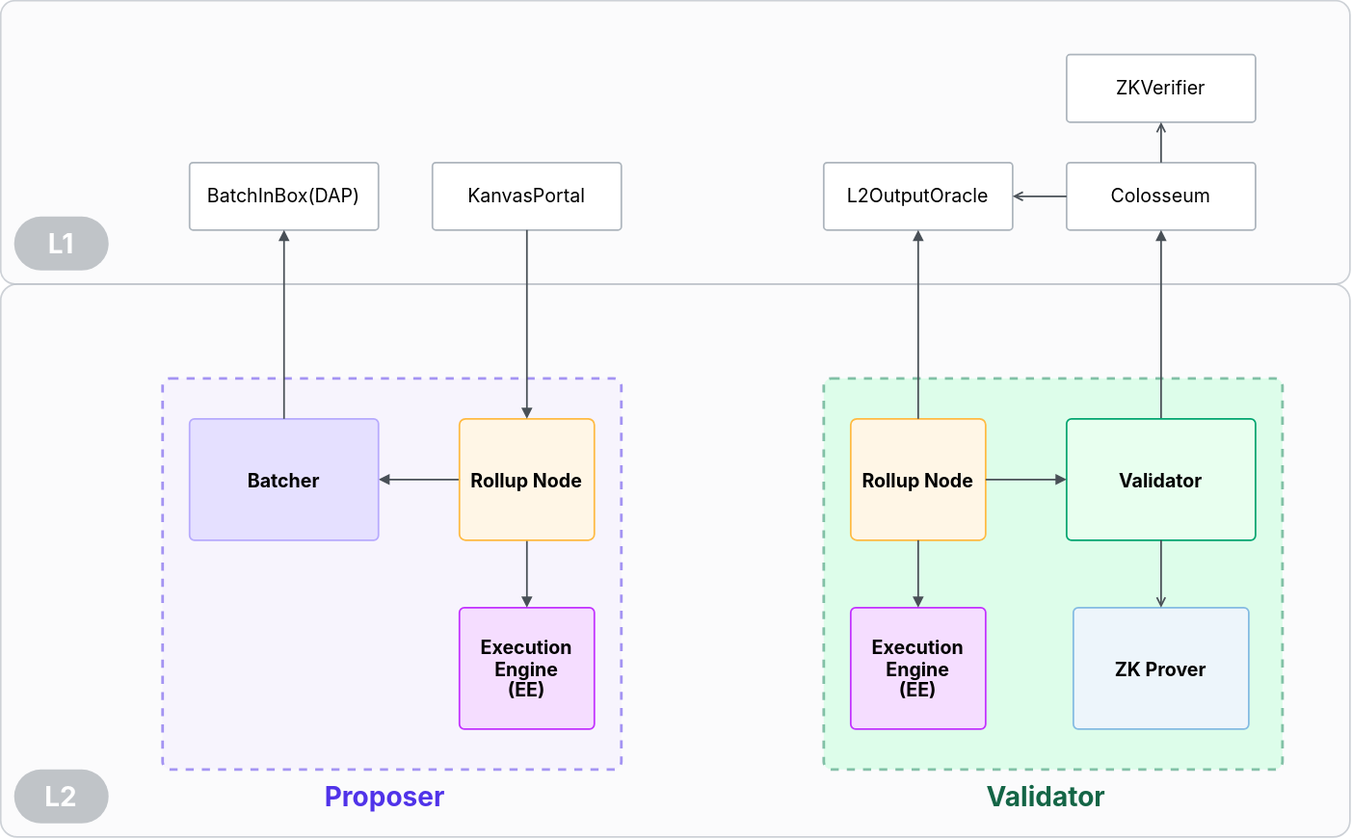
The draw.io diagram specs/assets/components.svg in kroma-network/kroma, before a commit. Source tidied: cells renumbered, new cells last; positions are measured from the earlier drawing's top-left corner, leaving out a move shared by most shapes.
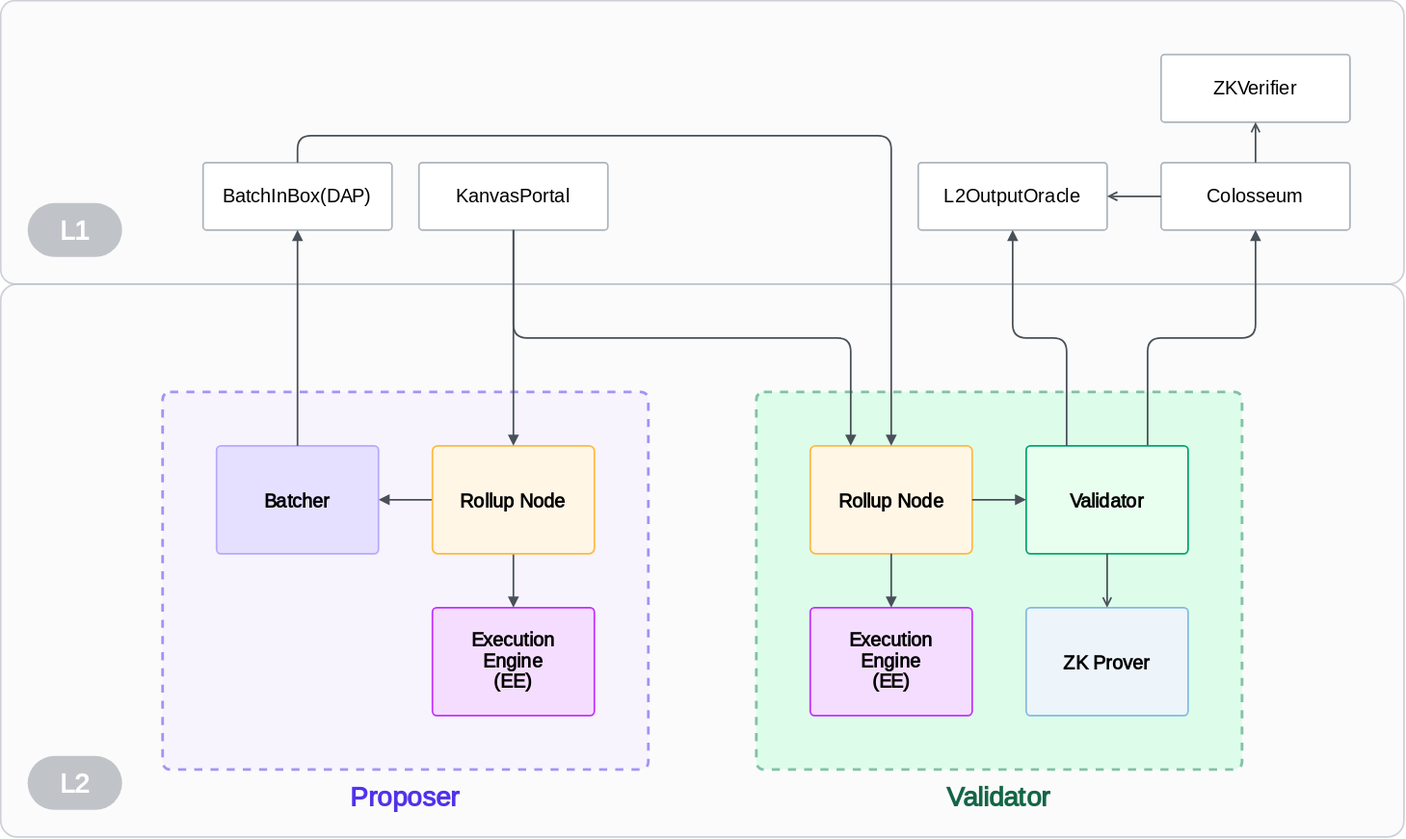
Later version of the same file.

The edit, as a diff of the source:
```diff
@@ -3,52 +3,52 @@
     <mxCell id="0" />
     <mxCell id="1" parent="0" />
     <mxCell id="2" style="rounded=1;whiteSpace=wrap;html=1;hachureGap=4;fontFamily=Inter;fontSource=https%3A%2F%2Ffonts.googleapis.com%2Fcss%3Ffamily%3DInter;fontSize=20;fillColor=#F8F9FA;strokeColor=#ADB5BD;arcSize=3;shadow=0;glass=0;opacity=60;strokeWidth=1.25;" parent="1" vertex="1">
-      <mxGeometry y="210" width="1000" height="410" as="geometry" />
+      <mxGeometry x="-50" y="210" width="1040" height="410" as="geometry" />
     </mxCell>
     <mxCell id="3" style="rounded=1;whiteSpace=wrap;html=1;hachureGap=4;fontFamily=Inter;fontSource=https%3A%2F%2Ffonts.googleapis.com%2Fcss%3Ffamily%3DInter;fontSize=20;fillColor=#BFFFDA;strokeColor=#1A865D;arcSize=2;shadow=0;glass=0;opacity=50;dashed=1;strokeWidth=2;" parent="1" vertex="1">
-      <mxGeometry x="610" y="280" width="340" height="290" as="geometry" />
+      <mxGeometry x="510" y="290" width="360" height="280" as="geometry" />
     </mxCell>
     <mxCell id="4" style="rounded=1;whiteSpace=wrap;html=1;hachureGap=4;fontFamily=Inter;fontSource=https%3A%2F%2Ffonts.googleapis.com%2Fcss%3Ffamily%3DInter;fontSize=20;fillColor=#F8F9FA;strokeColor=#ADB5BD;arcSize=5;shadow=0;glass=0;opacity=60;strokeWidth=1.25;" parent="1" vertex="1">
-      <mxGeometry width="1000" height="210" as="geometry" />
+      <mxGeometry x="-50" width="1040" height="210" as="geometry" />
     </mxCell>
     <mxCell id="5" value="&lt;font style=&quot;font-size: 14px;&quot;&gt;ZKVerifier&lt;br style=&quot;font-size: 14px;&quot;&gt;&lt;/font&gt;" style="rounded=1;whiteSpace=wrap;html=1;fontSize=14;fontFamily=Inter;fillColor=#FFFFFF;strokeColor=#ADB5BD;hachureGap=4;fontSource=https%3A%2F%2Ffonts.googleapis.com%2Fcss%3Ffamily%3DInter;arcSize=5;shadow=0;glass=0;spacing=0;strokeWidth=1.25;spacingTop=0;" parent="1" vertex="1">
-      <mxGeometry x="790" y="40" width="140" height="50" as="geometry" />
+      <mxGeometry x="810" y="40" width="140" height="50" as="geometry" />
     </mxCell>
     <mxCell id="6" value="&lt;font style=&quot;font-size: 14px;&quot;&gt;Colosseum&lt;br style=&quot;font-size: 14px;&quot;&gt;&lt;/font&gt;" style="rounded=1;whiteSpace=wrap;html=1;fontSize=14;fontFamily=Inter;fillColor=#FFFFFF;strokeColor=#ADB5BD;hachureGap=4;fontSource=https%3A%2F%2Ffonts.googleapis.com%2Fcss%3Ffamily%3DInter;arcSize=5;shadow=0;glass=0;spacing=0;strokeWidth=1.25;spacingTop=0;" parent="1" vertex="1">
-      <mxGeometry x="790" y="120" width="140" height="50" as="geometry" />
+      <mxGeometry x="810" y="120" width="140" height="50" as="geometry" />
     </mxCell>
     <mxCell id="7" style="edgeStyle=none;rounded=0;hachureGap=4;jettySize=auto;html=1;fontFamily=Inter;fontSource=https%3A%2F%2Ffonts.googleapis.com%2Fcss%3Ffamily%3DInter;fontSize=16;endArrow=open;sourcePerimeterSpacing=10;targetPerimeterSpacing=10;strokeWidth=1.25;endFill=0;strokeColor=#495057;jumpSize=0;endSize=5;jumpStyle=arc;startSize=5;startArrow=none;startFill=0;exitX=0.5;exitY=0;exitDx=0;exitDy=0;entryX=0.5;entryY=1;entryDx=0;entryDy=0;" parent="1" edge="1" source="6" target="5">
       <mxGeometry relative="1" as="geometry" />
     </mxCell>
     <mxCell id="8" value="&lt;font style=&quot;font-size: 14px;&quot;&gt;L2OutputOracle&lt;br style=&quot;font-size: 14px;&quot;&gt;&lt;/font&gt;" style="rounded=1;whiteSpace=wrap;html=1;fontSize=14;fontFamily=Inter;fillColor=#FFFFFF;strokeColor=#ADB5BD;hachureGap=4;fontSource=https%3A%2F%2Ffonts.googleapis.com%2Fcss%3Ffamily%3DInter;arcSize=5;shadow=0;glass=0;spacing=0;strokeWidth=1.25;spacingTop=0;" parent="1" vertex="1">
-      <mxGeometry x="610" y="120" width="140" height="50" as="geometry" />
+      <mxGeometry x="630" y="120" width="140" height="50" as="geometry" />
     </mxCell>
     <mxCell id="9" value="&lt;font style=&quot;font-size: 14px;&quot;&gt;KanvasPortal&lt;br style=&quot;font-size: 14px;&quot;&gt;&lt;/font&gt;" style="rounded=1;whiteSpace=wrap;html=1;fontSize=14;fontFamily=Inter;fillColor=#FFFFFF;strokeColor=#ADB5BD;hachureGap=4;fontSource=https%3A%2F%2Ffonts.googleapis.com%2Fcss%3Ffamily%3DInter;arcSize=5;shadow=0;glass=0;spacing=0;strokeWidth=1.25;spacingTop=0;" parent="1" vertex="1">
-      <mxGeometry x="320" y="120" width="140" height="50" as="geometry" />
+      <mxGeometry x="260" y="120" width="140" height="50" as="geometry" />
     </mxCell>
     <mxCell id="10" value="&lt;font style=&quot;font-size: 14px;&quot;&gt;BatchInBox(DAP)&lt;br style=&quot;font-size: 14px;&quot;&gt;&lt;/font&gt;" style="rounded=1;whiteSpace=wrap;html=1;fontSize=14;fontFamily=Inter;fillColor=#FFFFFF;strokeColor=#ADB5BD;hachureGap=4;fontSource=https%3A%2F%2Ffonts.googleapis.com%2Fcss%3Ffamily%3DInter;arcSize=5;shadow=0;glass=0;spacing=0;strokeWidth=1.25;spacingTop=0;" parent="1" vertex="1">
-      <mxGeometry x="140" y="120" width="140" height="50" as="geometry" />
+      <mxGeometry x="100" y="120" width="140" height="50" as="geometry" />
     </mxCell>
-    <mxCell id="11" style="edgeStyle=orthogonalEdgeStyle;rounded=1;jettySize=auto;html=1;entryX=0.5;entryY=1;entryDx=0;entryDy=0;endArrow=block;fontSize=16;fontFamily=Inter;strokeColor=#495057;hachureGap=4;fontSource=https%3A%2F%2Ffonts.googleapis.com%2Fcss%3Ffamily%3DInter;sourcePerimeterSpacing=0;targetPerimeterSpacing=0;strokeWidth=1.25;endFill=1;endSize=5;startSize=5;startArrow=none;startFill=0;exitX=0.5;exitY=0;exitDx=0;exitDy=0;" parent="1" edge="1" source="16" target="6">
+    <mxCell id="11" style="edgeStyle=orthogonalEdgeStyle;rounded=1;jettySize=auto;html=1;entryX=0.5;entryY=1;entryDx=0;entryDy=0;endArrow=block;fontSize=16;fontFamily=Inter;strokeColor=#495057;hachureGap=4;fontSource=https%3A%2F%2Ffonts.googleapis.com%2Fcss%3Ffamily%3DInter;sourcePerimeterSpacing=0;targetPerimeterSpacing=0;strokeWidth=1.25;endFill=1;endSize=5;startSize=5;startArrow=none;startFill=0;exitX=0.75;exitY=0;exitDx=0;exitDy=0;" parent="1" edge="1" source="16" target="6">
       <mxGeometry relative="1" as="geometry" />
     </mxCell>
     <mxCell id="12" value="&lt;p style=&quot;line-height: 100%; font-size: 20px;&quot;&gt;L2&lt;br style=&quot;font-size: 20px;&quot;&gt;&lt;/p&gt;" style="rounded=1;whiteSpace=wrap;html=1;fontSize=14;fontFamily=Inter;fillColor=#868E96;strokeColor=none;hachureGap=4;fontSource=https%3A%2F%2Ffonts.googleapis.com%2Fcss%3Ffamily%3DInter;arcSize=50;shadow=0;glass=0;spacing=0;strokeWidth=1.25;spacingTop=0;fontStyle=1;fontColor=#FFFFFF;opacity=50;" parent="1" vertex="1">
-      <mxGeometry x="10" y="570" width="70" height="40" as="geometry" />
+      <mxGeometry x="-30" y="560" width="70" height="40" as="geometry" />
     </mxCell>
     <mxCell id="13" value="&lt;p style=&quot;line-height: 100%; font-size: 20px;&quot;&gt;L1&lt;br style=&quot;font-size: 20px;&quot;&gt;&lt;/p&gt;" style="rounded=1;whiteSpace=wrap;html=1;fontSize=14;fontFamily=Inter;fillColor=#868E96;strokeColor=none;hachureGap=4;fontSource=https%3A%2F%2Ffonts.googleapis.com%2Fcss%3Ffamily%3DInter;arcSize=50;shadow=0;glass=0;spacing=0;strokeWidth=1.25;spacingTop=0;fontStyle=1;fontColor=#FFFFFF;opacity=50;" parent="1" vertex="1">
-      <mxGeometry x="10" y="160" width="70" height="40" as="geometry" />
+      <mxGeometry x="-30" y="150" width="70" height="40" as="geometry" />
     </mxCell>
     <mxCell id="14" style="edgeStyle=none;rounded=0;hachureGap=4;jettySize=auto;html=1;fontFamily=Inter;fontSource=https%3A%2F%2Ffonts.googleapis.com%2Fcss%3Ffamily%3DInter;fontSize=16;endArrow=open;sourcePerimeterSpacing=10;targetPerimeterSpacing=10;strokeWidth=1.25;endFill=0;strokeColor=#495057;jumpSize=0;endSize=5;jumpStyle=arc;startSize=5;startArrow=none;startFill=0;exitX=0;exitY=0.5;exitDx=0;exitDy=0;entryX=1;entryY=0.5;entryDx=0;entryDy=0;" parent="1" edge="1" source="6" target="8">
       <mxGeometry relative="1" as="geometry" />
     </mxCell>
     <mxCell id="15" style="rounded=1;whiteSpace=wrap;html=1;hachureGap=4;fontFamily=Inter;fontSource=https%3A%2F%2Ffonts.googleapis.com%2Fcss%3Ffamily%3DInter;fontSize=20;fillColor=#F3EEFF;strokeColor=#5033E9;arcSize=2;shadow=0;glass=0;opacity=50;dashed=1;strokeWidth=2;" parent="1" vertex="1">
-      <mxGeometry x="120" y="280" width="340" height="290" as="geometry" />
+      <mxGeometry x="70" y="290" width="360" height="280" as="geometry" />
     </mxCell>
     <mxCell id="16" value="&lt;p style=&quot;line-height: 100%; font-size: 14px;&quot;&gt;&lt;b style=&quot;border-color: var(--border-color); font-size: 14px;&quot;&gt;&lt;font style=&quot;border-color: var(--border-color); font-size: 14px;&quot;&gt;Validator&lt;/font&gt;&lt;/b&gt;&lt;br style=&quot;font-size: 14px;&quot;&gt;&lt;/p&gt;" style="rounded=1;whiteSpace=wrap;html=1;fontSize=14;fontFamily=Inter;fillColor=#E8FFEF;strokeColor=#00A570;hachureGap=4;fontSource=https%3A%2F%2Ffonts.googleapis.com%2Fcss%3Ffamily%3DInter;arcSize=4;shadow=0;glass=0;spacing=0;strokeWidth=1.25;spacingTop=0;spacingLeft=10;spacingRight=10;fontStyle=1;" parent="1" vertex="1">
-      <mxGeometry x="790" y="310" width="140" height="90" as="geometry" />
+      <mxGeometry x="710" y="330" width="120" height="80" as="geometry" />
     </mxCell>
     <mxCell id="17" value="&lt;p style=&quot;line-height: 110%; font-size: 14px;&quot;&gt;Execution Engine&lt;br&gt;(EE)&lt;/p&gt;" style="rounded=1;whiteSpace=wrap;html=1;fontSize=14;fontFamily=Inter;fillColor=#F5DDFF;strokeColor=#C231FF;hachureGap=4;fontSource=https%3A%2F%2Ffonts.googleapis.com%2Fcss%3Ffamily%3DInter;arcSize=4;shadow=0;glass=0;spacing=0;strokeWidth=1.25;spacingTop=0;spacingLeft=10;spacingRight=10;fontStyle=1;" parent="1" vertex="1">
-      <mxGeometry x="340" y="450" width="100" height="90" as="geometry" />
+      <mxGeometry x="270" y="450" width="120" height="80" as="geometry" />
     </mxCell>
     <mxCell id="18" style="edgeStyle=orthogonalEdgeStyle;rounded=1;jettySize=auto;html=1;endArrow=block;fontSize=16;fontFamily=Inter;strokeColor=#495057;hachureGap=4;fontSource=https%3A%2F%2Ffonts.googleapis.com%2Fcss%3Ffamily%3DInter;sourcePerimeterSpacing=0;targetPerimeterSpacing=0;strokeWidth=1.25;endFill=1;endSize=5;startSize=5;startArrow=none;startFill=0;" parent="1" edge="1" source="20" target="21">
       <mxGeometry relative="1" as="geometry" />
@@ -57,22 +57,22 @@
       <mxGeometry relative="1" as="geometry" />
     </mxCell>
     <mxCell id="20" value="&lt;p style=&quot;line-height: 100%; font-size: 14px;&quot;&gt;Rollup&amp;nbsp;Node&lt;br style=&quot;font-size: 14px;&quot;&gt;&lt;/p&gt;" style="rounded=1;whiteSpace=wrap;html=1;fontSize=12;fontFamily=Inter;fillColor=#FFF6E6;strokeColor=#FFBA42;hachureGap=4;fontSource=https%3A%2F%2Ffonts.googleapis.com%2Fcss%3Ffamily%3DInter;arcSize=5;shadow=0;glass=0;spacing=0;strokeWidth=1.25;spacingTop=0;spacingLeft=10;spacingRight=10;fontStyle=1;" parent="1" vertex="1">
-      <mxGeometry x="340" y="310" width="100" height="90" as="geometry" />
+      <mxGeometry x="270" y="330" width="120" height="80" as="geometry" />
     </mxCell>
     <mxCell id="21" value="&lt;p style=&quot;line-height: 100%; font-size: 14px;&quot;&gt;Batcher&lt;br style=&quot;font-size: 14px;&quot;&gt;&lt;/p&gt;" style="rounded=1;whiteSpace=wrap;html=1;fontSize=14;fontFamily=Inter;fillColor=#E5E0FF;strokeColor=#B7AAFD;hachureGap=4;fontSource=https%3A%2F%2Ffonts.googleapis.com%2Fcss%3Ffamily%3DInter;arcSize=4;shadow=0;glass=0;spacing=0;strokeWidth=1.25;spacingTop=0;spacingLeft=10;spacingRight=10;fontStyle=1;" parent="1" vertex="1">
-      <mxGeometry x="140" y="310" width="140" height="90" as="geometry" />
+      <mxGeometry x="110" y="330" width="120" height="80" as="geometry" />
     </mxCell>
     <mxCell id="22" value="Proposer" style="text;whiteSpace=wrap;fontSize=20;fontFamily=Inter;fontColor=#5033E9;align=center;fontStyle=1;html=1;spacing=2;verticalAlign=middle;" parent="1" vertex="1">
-      <mxGeometry x="230" y="570" width="110" height="40" as="geometry" />
+      <mxGeometry x="195" y="570" width="110" height="40" as="geometry" />
     </mxCell>
     <mxCell id="23" value="Validator" style="text;whiteSpace=wrap;fontSize=20;fontFamily=Inter;fontColor=#146546;align=center;fontStyle=1;html=1;spacing=2;verticalAlign=middle;" parent="1" vertex="1">
-      <mxGeometry x="720" y="570" width="110" height="40" as="geometry" />
+      <mxGeometry x="635" y="570" width="110" height="40" as="geometry" />
     </mxCell>
     <mxCell id="24" value="&lt;p style=&quot;line-height: 100%; font-size: 14px;&quot;&gt;Rollup&amp;nbsp;Node&lt;br style=&quot;font-size: 14px;&quot;&gt;&lt;/p&gt;" style="rounded=1;whiteSpace=wrap;html=1;fontSize=12;fontFamily=Inter;fillColor=#FFF6E6;strokeColor=#FFBA42;hachureGap=4;fontSource=https%3A%2F%2Ffonts.googleapis.com%2Fcss%3Ffamily%3DInter;arcSize=5;shadow=0;glass=0;spacing=0;strokeWidth=1.25;spacingTop=0;spacingLeft=10;spacingRight=10;fontStyle=1;" parent="1" vertex="1">
-      <mxGeometry x="630" y="310" width="100" height="90" as="geometry" />
+      <mxGeometry x="550" y="330" width="120" height="80" as="geometry" />
     </mxCell>
     <mxCell id="25" value="&lt;p style=&quot;line-height: 110%; font-size: 14px;&quot;&gt;Execution Engine&lt;br style=&quot;border-color: var(--border-color);&quot;&gt;(EE)&lt;br&gt;&lt;/p&gt;" style="rounded=1;whiteSpace=wrap;html=1;fontSize=14;fontFamily=Inter;fillColor=#F5DDFF;strokeColor=#C231FF;hachureGap=4;fontSource=https%3A%2F%2Ffonts.googleapis.com%2Fcss%3Ffamily%3DInter;arcSize=4;shadow=0;glass=0;spacing=0;strokeWidth=1.25;spacingTop=0;spacingLeft=10;spacingRight=10;fontStyle=1;" parent="1" vertex="1">
-      <mxGeometry x="630" y="450" width="100" height="90" as="geometry" />
+      <mxGeometry x="550" y="450" width="120" height="80" as="geometry" />
     </mxCell>
     <mxCell id="26" style="edgeStyle=none;shape=connector;rounded=1;hachureGap=4;jumpStyle=arc;jumpSize=0;jettySize=auto;html=1;entryX=0;entryY=0.5;entryDx=0;entryDy=0;labelBackgroundColor=default;strokeColor=#495057;strokeWidth=1.25;fontFamily=Inter;fontSource=https%3A%2F%2Ffonts.googleapis.com%2Fcss%3Ffamily%3DInter;fontSize=16;fontColor=default;startArrow=none;startFill=0;endArrow=block;endFill=1;startSize=5;endSize=5;sourcePerimeterSpacing=0;targetPerimeterSpacing=0;exitX=1;exitY=0.5;exitDx=0;exitDy=0;" parent="1" edge="1" source="24" target="16">
       <mxGeometry relative="1" as="geometry" />
@@ -86,14 +86,20 @@
     <mxCell id="29" style="edgeStyle=orthogonalEdgeStyle;rounded=1;jettySize=auto;html=1;endArrow=block;fontSize=16;fontFamily=Inter;strokeColor=#495057;hachureGap=4;fontSource=https%3A%2F%2Ffonts.googleapis.com%2Fcss%3Ffamily%3DInter;sourcePerimeterSpacing=0;targetPerimeterSpacing=0;strokeWidth=1.25;endFill=1;endSize=5;startSize=5;startArrow=none;startFill=0;entryX=0.5;entryY=0;entryDx=0;entryDy=0;" parent="1" edge="1" source="9" target="20">
       <mxGeometry relative="1" as="geometry" />
     </mxCell>
-    <mxCell id="30" style="edgeStyle=none;shape=connector;rounded=1;hachureGap=4;jumpStyle=arc;jumpSize=0;jettySize=auto;html=1;entryX=0.5;entryY=1;entryDx=0;entryDy=0;labelBackgroundColor=default;strokeColor=#495057;strokeWidth=1.25;fontFamily=Inter;fontSource=https%3A%2F%2Ffonts.googleapis.com%2Fcss%3Ffamily%3DInter;fontSize=16;fontColor=default;startArrow=none;startFill=0;endArrow=block;endFill=1;startSize=5;endSize=5;sourcePerimeterSpacing=0;targetPerimeterSpacing=0;exitX=0.5;exitY=0;exitDx=0;exitDy=0;" parent="1" edge="1" source="24" target="8">
+    <mxCell id="30" style="edgeStyle=orthogonalEdgeStyle;shape=connector;rounded=1;hachureGap=4;jumpStyle=arc;jumpSize=0;jettySize=auto;html=1;entryX=0.5;entryY=1;entryDx=0;entryDy=0;labelBackgroundColor=default;strokeColor=#495057;strokeWidth=1.25;fontFamily=Inter;fontSource=https%3A%2F%2Ffonts.googleapis.com%2Fcss%3Ffamily%3DInter;fontSize=16;fontColor=default;startArrow=none;startFill=0;endArrow=block;endFill=1;startSize=5;endSize=5;sourcePerimeterSpacing=0;targetPerimeterSpacing=0;exitX=0.25;exitY=0;exitDx=0;exitDy=0;" parent="1" edge="1" source="16" target="8">
       <mxGeometry relative="1" as="geometry" />
     </mxCell>
     <mxCell id="31" value="&lt;p style=&quot;line-height: 100%; font-size: 14px;&quot;&gt;ZK Prover&lt;br style=&quot;font-size: 14px;&quot;&gt;&lt;/p&gt;" style="rounded=1;whiteSpace=wrap;html=1;fontSize=14;fontFamily=Inter;fillColor=#EDF5FB;strokeColor=#84BBE2;hachureGap=4;fontSource=https%3A%2F%2Ffonts.googleapis.com%2Fcss%3Ffamily%3DInter;arcSize=4;shadow=0;glass=0;spacing=0;strokeWidth=1.25;spacingTop=0;spacingLeft=10;spacingRight=10;fontStyle=1;" parent="1" vertex="1">
-      <mxGeometry x="795" y="450" width="130" height="90" as="geometry" />
+      <mxGeometry x="710" y="450" width="120" height="80" as="geometry" />
     </mxCell>
     <mxCell id="32" style="edgeStyle=none;rounded=0;hachureGap=4;jettySize=auto;html=1;fontFamily=Inter;fontSource=https%3A%2F%2Ffonts.googleapis.com%2Fcss%3Ffamily%3DInter;fontSize=16;endArrow=open;sourcePerimeterSpacing=10;targetPerimeterSpacing=10;strokeWidth=1.25;endFill=0;strokeColor=#495057;jumpSize=0;endSize=5;jumpStyle=arc;startSize=5;startArrow=none;startFill=0;entryX=0.5;entryY=0;entryDx=0;entryDy=0;exitX=0.5;exitY=1;exitDx=0;exitDy=0;" parent="1" edge="1" source="16" target="31">
       <mxGeometry relative="1" as="geometry" />
     </mxCell>
+    <mxCell id="33" style="edgeStyle=orthogonalEdgeStyle;rounded=1;jettySize=auto;html=1;endArrow=block;fontSize=16;fontFamily=Inter;strokeColor=#495057;hachureGap=4;fontSource=https%3A%2F%2Ffonts.googleapis.com%2Fcss%3Ffamily%3DInter;sourcePerimeterSpacing=0;targetPerimeterSpacing=0;strokeWidth=1.25;endFill=1;endSize=5;startSize=5;startArrow=none;startFill=0;exitX=0.5;exitY=0;exitDx=0;exitDy=0;entryX=0.5;entryY=0;entryDx=0;entryDy=0;" parent="1" edge="1" source="10" target="24">
+      <mxGeometry relative="1" as="geometry" />
+    </mxCell>
+    <mxCell id="34" style="edgeStyle=orthogonalEdgeStyle;rounded=1;jettySize=auto;html=1;endArrow=block;fontSize=16;fontFamily=Inter;strokeColor=#495057;hachureGap=4;fontSource=https%3A%2F%2Ffonts.googleapis.com%2Fcss%3Ffamily%3DInter;sourcePerimeterSpacing=0;targetPerimeterSpacing=0;strokeWidth=1.25;endFill=1;endSize=5;startSize=5;startArrow=none;startFill=0;exitX=0.5;exitY=1;exitDx=0;exitDy=0;entryX=0.25;entryY=0;entryDx=0;entryDy=0;" parent="1" edge="1" source="9" target="24">
+      <mxGeometry relative="1" as="geometry" />
+    </mxCell>
   </root>
 </mxGraphModel>
```
